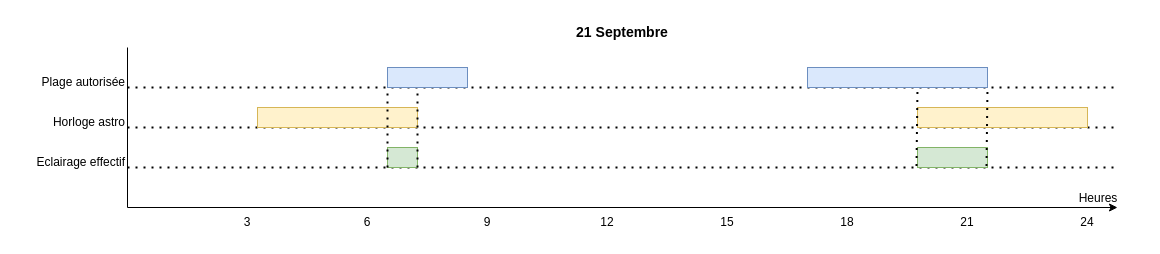
The draw.io diagram page "21-sept" (2 of 4) of res/eclairage_public.drawio in sosandroid/EclairagePublic, before the edit. Source tidied: cells renumbered, new cells numbered last; positions are measured from the earlier drawing's top-left corner, leaving out a move shared by most shapes. Both pictures are drawn from the tidied source at 100%, with x=0, y=0 at pixel (17, 17).
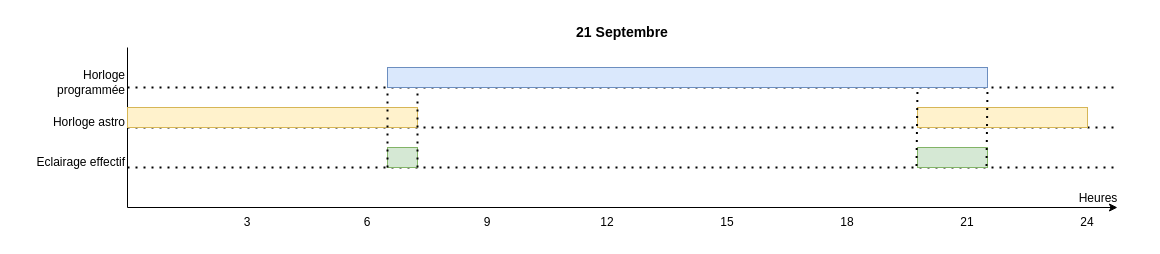
After the change.

What changed in the source:
```diff
@@
-    <mxCell id="15" style="rounded=0;whiteSpace=wrap;html=1;fillColor=#dae8fc;strokeColor=#6c8ebf;" parent="1" vertex="1">
-      <mxGeometry x="370" y="50" width="80" height="20" as="geometry" />
-    </mxCell>
     <mxCell id="16" style="rounded=0;whiteSpace=wrap;html=1;fillColor=#dae8fc;strokeColor=#6c8ebf;" parent="1" vertex="1">
-      <mxGeometry x="790" y="50" width="180" height="20" as="geometry" />
+      <mxGeometry x="370" y="50" width="600" height="20" as="geometry" />
     </mxCell>
     <mxCell id="17" style="rounded=0;whiteSpace=wrap;html=1;fillColor=#fff2cc;strokeColor=#d6b656;" parent="1" vertex="1">
-      <mxGeometry x="240" y="90" width="160" height="20" as="geometry" />
+      <mxGeometry x="110" y="90" width="290" height="20" as="geometry" />
     </mxCell>
@@
-    <mxCell id="21" value="Plage autorisée" style="text;html=1;align=right;verticalAlign=middle;whiteSpace=wrap;rounded=0;" parent="1" vertex="1">
+    <mxCell id="21" value="Horloge programmée" style="text;html=1;align=right;verticalAlign=middle;whiteSpace=wrap;rounded=0;" parent="1" vertex="1">
       <mxGeometry x="20" y="50" width="90" height="30" as="geometry" />
     </mxCell>
```
